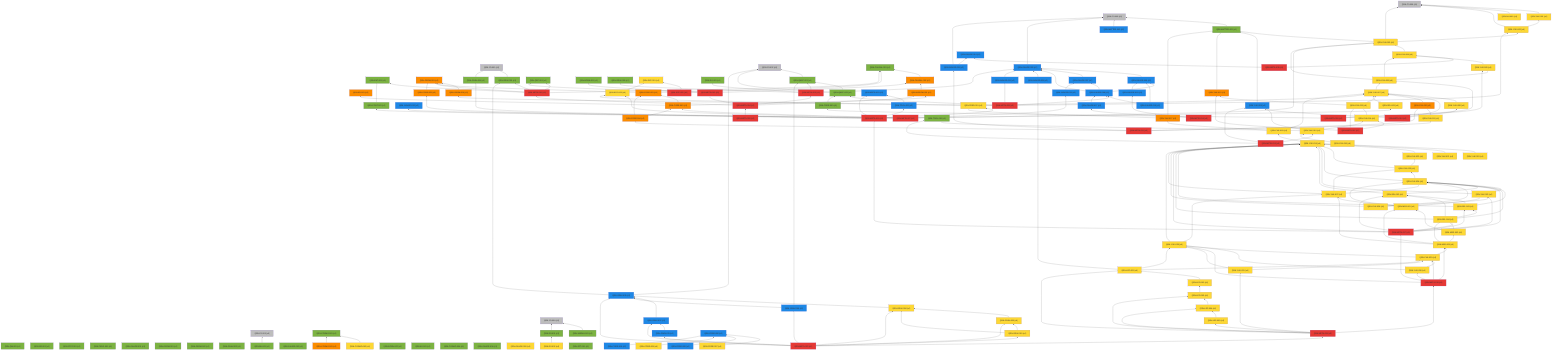
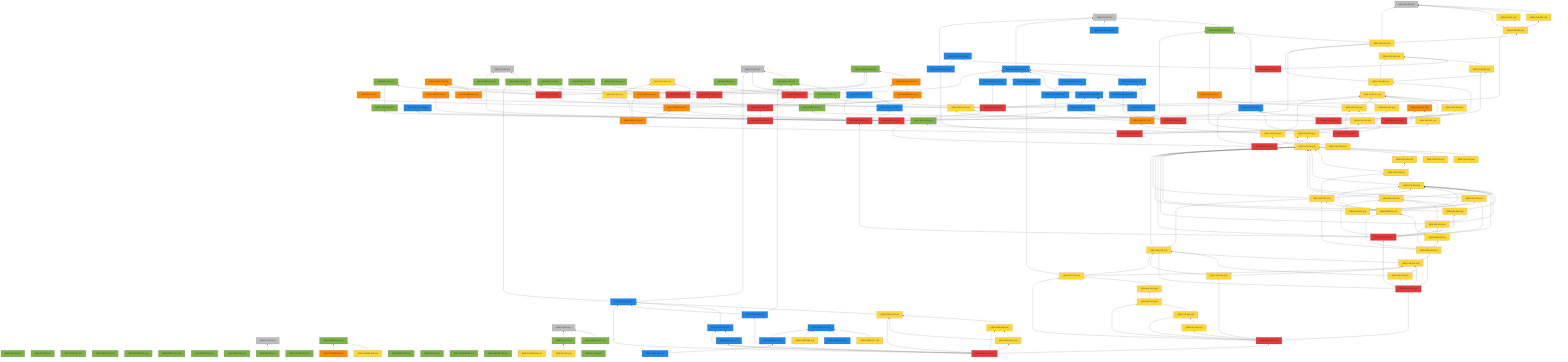
%% 自動生成 (dag/report.pl) — QRN 主張依存グラフ
graph BT
  QRN_C0_001["QRN-C0-001 (c0)"]:::c0
  QRN_C0_002["QRN-C0-002 (c0)"]:::c0
  QRN_C0_003["QRN-C0-003 (c0)"]:::c0
  QRN_C0_004["QRN-C0-004 (c0)"]:::c0
  QRN_C0_005["QRN-C0-005 (c0)"]:::c0
  QRN_C0_006["QRN-C0-006 (c0)"]:::c0
  QRN_QM_001["QRN-QM-001 (c1)"]:::c1
  QRN_GR_001["QRN-GR-001 (c1)"]:::c1
  QRN_STAT_001["QRN-STAT-001 (c1)"]:::c1
  QRN_FIELD_001["QRN-FIELD-001 (c1)"]:::c1
  QRN_GAUGE_001["QRN-GAUGE-001 (c1)"]:::c1
  QRN_ENT_001["QRN-ENT-001 (c1)"]:::c1
  QRN_GEOM_001["QRN-GEOM-001 (c1)"]:::c1
  QRN_GEOM_002["QRN-GEOM-002 (c1)"]:::c1
  QRN_GEOM_003["QRN-GEOM-003 (c3)"]:::c3
  QRN_GRAV_001["QRN-GRAV-001 (c1)"]:::c1
  QRN_GRAV_002["QRN-GRAV-002 (c1)"]:::c1
  QRN_BH_001["QRN-BH-001 (c1)"]:::c1
  QRN_CAUSAL_001["QRN-CAUSAL-001 (c1)"]:::c1
  QRN_CAUSAL_002["QRN-CAUSAL-002 (c3)"]:::c3
  QRN_ER_001["QRN-ER-001 (c3)"]:::c3
  QRN_QEC_001["QRN-QEC-001 (c1)"]:::c1
  QRN_GAUGE_002["QRN-GAUGE-002 (c1)"]:::c1
  QRN_COSMO_001["QRN-COSMO-001 (c1)"]:::c1
  QRN_COSMO_002["QRN-COSMO-002 (c4)"]:::c4
  QRN_COSMO_003["QRN-COSMO-003 (c3)"]:::c3
  QRN_BORN_001["QRN-BORN-001 (c1)"]:::c1
  QRN_BORN_002["QRN-BORN-002 (c1)"]:::c1
  QRN_GRAV_003["QRN-GRAV-003 (c1)"]:::c1
  QRN_KK_001["QRN-KK-001 (c1)"]:::c1
  QRN_MATTER_001["QRN-MATTER-001 (c1)"]:::c1
  QRN_MATTER_002["QRN-MATTER-002 (c2)"]:::c2
  QRN_COSMO_004["QRN-COSMO-004 (c1)"]:::c1
  QRN_EXP_001["QRN-EXP-001 (c4)"]:::c4
  QRN_GAUGE_003["QRN-GAUGE-003 (c2)"]:::c2
  QRN_GAUGE_004["QRN-GAUGE-004 (c1)"]:::c1
  QRN_GAUGE_005["QRN-GAUGE-005 (c4)"]:::c4
  QRN_YUK_001["QRN-YUK-001 (c4)"]:::c4
  QRN_RG_001["QRN-RG-001 (c1)"]:::c1
  QRN_UNRUH_001["QRN-UNRUH-001 (c1)"]:::c1
  QRN_QNEC_001["QRN-QNEC-001 (c1)"]:::c1
  QRN_NU_001["QRN-NU-001 (c4)"]:::c4
  QRN_GAUGE_006["QRN-GAUGE-006 (c2)"]:::c2
  QRN_DS_001["QRN-DS-001 (c1)"]:::c1
  QRN_DS_002["QRN-DS-002 (c4)"]:::c4
  QRN_ARROW_001["QRN-ARROW-001 (c3)"]:::c3
  QRN_GAUGE_007["QRN-GAUGE-007 (c2)"]:::c2
  QRN_EFT_001["QRN-EFT-001 (c1)"]:::c1
  QRN_GAUGE_008["QRN-GAUGE-008 (c2)"]:::c2
  QRN_GAUGE_009["QRN-GAUGE-009 (c2)"]:::c2
  QRN_GAUGE_010["QRN-GAUGE-010 (c2)"]:::c2
  QRN_QNEC_002["QRN-QNEC-002 (c1)"]:::c1
  QRN_GEOM_004["QRN-GEOM-004 (c3)"]:::c3
  QRN_YUK_002["QRN-YUK-002 (c4)"]:::c4
  QRN_EXP_002["QRN-EXP-002 (c5)"]:::c5
  QRN_CORE_001["QRN-CORE-001 (c3)"]:::c3
  QRN_GAUGE_011["QRN-GAUGE-011 (c2)"]:::c2
  QRN_GAUGE_012["QRN-GAUGE-012 (c2)"]:::c2
  QRN_YUK_003["QRN-YUK-003 (c4)"]:::c4
  QRN_EXP_003["QRN-EXP-003 (c4)"]:::c4
  QRN_CORE_002["QRN-CORE-002 (c3)"]:::c3
  QRN_GAUGE_013["QRN-GAUGE-013 (c2)"]:::c2
  QRN_YUK_004["QRN-YUK-004 (c4)"]:::c4
  QRN_GAUGE_014["QRN-GAUGE-014 (c2)"]:::c2
  QRN_META_001["QRN-META-001 (c5)"]:::c5
  QRN_META_002["QRN-META-002 (c5)"]:::c5
  QRN_META_003["QRN-META-003 (c5)"]:::c5
  QRN_META_004["QRN-META-004 (c5)"]:::c5
  QRN_META_005["QRN-META-005 (c5)"]:::c5
  QRN_META_006["QRN-META-006 (c5)"]:::c5
  QRN_META_007["QRN-META-007 (c5)"]:::c5
  QRN_META_008["QRN-META-008 (c5)"]:::c5
  QRN_YUK_005["QRN-YUK-005 (c4)"]:::c4
  QRN_YUK_006["QRN-YUK-006 (c4)"]:::c4
  QRN_CORE_003["QRN-CORE-003 (c1)"]:::c1
  QRN_META_009["QRN-META-009 (c5)"]:::c5
  QRN_YUK_007["QRN-YUK-007 (c4)"]:::c4
  QRN_YUK_008["QRN-YUK-008 (c4)"]:::c4
  QRN_YUK_009["QRN-YUK-009 (c2)"]:::c2
  QRN_META_010["QRN-META-010 (c5)"]:::c5
  QRN_GAUGE_015["QRN-GAUGE-015 (c2)"]:::c2
  QRN_YUK_010["QRN-YUK-010 (c3)"]:::c3
  QRN_YUK_011["QRN-YUK-011 (c4)"]:::c4
  QRN_CORE_004["QRN-CORE-004 (c3)"]:::c3
  QRN_META_011["QRN-META-011 (c5)"]:::c5
  QRN_YUK_012["QRN-YUK-012 (c3)"]:::c3
  QRN_YUK_013["QRN-YUK-013 (c4)"]:::c4
  QRN_YUK_014["QRN-YUK-014 (c4)"]:::c4
  QRN_META_012["QRN-META-012 (c5)"]:::c5
  QRN_TOOL_001["QRN-TOOL-001 (c1)"]:::c1
  QRN_YUK_015["QRN-YUK-015 (c4)"]:::c4
  QRN_META_013["QRN-META-013 (c5)"]:::c5
  QRN_GAUGE_016["QRN-GAUGE-016 (c2)"]:::c2
  QRN_GAUGE_017["QRN-GAUGE-017 (c2)"]:::c2
  QRN_META_014["QRN-META-014 (c5)"]:::c5
  QRN_META_015["QRN-META-015 (c2)"]:::c2
  QRN_TOOL_002["QRN-TOOL-002 (c2)"]:::c2
  QRN_CORE_005["QRN-CORE-005 (c3)"]:::c3
  QRN_CONT_001["QRN-CONT-001 (c1)"]:::c1
  QRN_SEL_001["QRN-SEL-001 (c4)"]:::c4
  QRN_GRAV_004["QRN-GRAV-004 (c1)"]:::c1
  QRN_PRED_001["QRN-PRED-001 (c4)"]:::c4
  QRN_META_016["QRN-META-016 (c5)"]:::c5
  QRN_YUK_016["QRN-YUK-016 (c4)"]:::c4
  QRN_YUK_017["QRN-YUK-017 (c3)"]:::c3
  QRN_YUK_018["QRN-YUK-018 (c4)"]:::c4
  QRN_YUK_019["QRN-YUK-019 (c4)"]:::c4
  QRN_YUK_020["QRN-YUK-020 (c4)"]:::c4
  QRN_YUK_021["QRN-YUK-021 (c4)"]:::c4
  QRN_YUK_022["QRN-YUK-022 (c4)"]:::c4
  QRN_YUK_023["QRN-YUK-023 (c4)"]:::c4
  QRN_YUK_024["QRN-YUK-024 (c4)"]:::c4
  QRN_YUK_025["QRN-YUK-025 (c4)"]:::c4
  QRN_SEL_002["QRN-SEL-002 (c4)"]:::c4
  QRN_SEL_003["QRN-SEL-003 (c4)"]:::c4
  QRN_SEL_004["QRN-SEL-004 (c4)"]:::c4
  QRN_META_017["QRN-META-017 (c5)"]:::c5
  QRN_YUK_026["QRN-YUK-026 (c4)"]:::c4
  QRN_YUK_027["QRN-YUK-027 (c4)"]:::c4
  QRN_MSR_001["QRN-MSR-001 (c4)"]:::c4
  QRN_MSR_002["QRN-MSR-002 (c4)"]:::c4
  QRN_MSR_003["QRN-MSR-003 (c4)"]:::c4
  QRN_YUK_028["QRN-YUK-028 (c4)"]:::c4
  QRN_YUK_029["QRN-YUK-029 (c4)"]:::c4
  QRN_YUK_030["QRN-YUK-030 (c4)"]:::c4
  QRN_META_018["QRN-META-018 (c5)"]:::c5
  QRN_YUK_031["QRN-YUK-031 (c4)"]:::c4
  QRN_LEP_001["QRN-LEP-001 (c4)"]:::c4
  QRN_LEP_002["QRN-LEP-002 (c4)"]:::c4
  QRN_LEP_003["QRN-LEP-003 (c4)"]:::c4
  QRN_LEP_004["QRN-LEP-004 (c4)"]:::c4
  QRN_LEP_005["QRN-LEP-005 (c4)"]:::c4
  QRN_META_019["QRN-META-019 (c5)"]:::c5
  QRN_GRAV_005["QRN-GRAV-005 (c2)"]:::c2
  QRN_GRAV_006["QRN-GRAV-006 (c4)"]:::c4
  QRN_GRAV_007["QRN-GRAV-007 (c2)"]:::c2
  QRN_GRAV_008["QRN-GRAV-008 (c4)"]:::c4
  QRN_GRAV_009["QRN-GRAV-009 (c2)"]:::c2
  QRN_GRAV_010["QRN-GRAV-010 (c4)"]:::c4
  QRN_GRAV_011["QRN-GRAV-011 (c2)"]:::c2
  QRN_META_020["QRN-META-020 (c5)"]:::c5
  QRN_CORE_006["QRN-CORE-006 (c2)"]:::c2
  QRN_CORE_007["QRN-CORE-007 (c4)"]:::c4
  QRN_CORE_008["QRN-CORE-008 (c2)"]:::c2
  QRN_CORE_009["QRN-CORE-009 (c4)"]:::c4
  QRN_CORE_010["QRN-CORE-010 (c2)"]:::c2
+   QRN_CORE_011["QRN-CORE-011 (c2)"]:::c2
  QRN_GRAV_001 --> QRN_C0_001
  QRN_BH_001 --> QRN_C0_003
  QRN_CAUSAL_002 --> QRN_CAUSAL_001
  QRN_COSMO_002 --> QRN_COSMO_001
  QRN_COSMO_003 --> QRN_COSMO_001
  QRN_MATTER_001 --> QRN_C0_005
  QRN_MATTER_002 --> QRN_C0_005
  QRN_GAUGE_003 --> QRN_C0_005
  QRN_YUK_001 --> QRN_C0_006
  QRN_UNRUH_001 --> QRN_C0_004
  QRN_QNEC_001 --> QRN_C0_002
  QRN_NU_001 --> QRN_C0_006
  QRN_GAUGE_006 --> QRN_GAUGE_003
  QRN_DS_001 --> QRN_C0_004
  QRN_DS_002 --> QRN_DS_001
  QRN_ARROW_001 --> QRN_CAUSAL_002
  QRN_GAUGE_007 --> QRN_GAUGE_003
  QRN_GAUGE_008 --> QRN_GAUGE_003
  QRN_GAUGE_008 --> QRN_GAUGE_006
  QRN_GAUGE_008 --> QRN_GAUGE_007
  QRN_GAUGE_009 --> QRN_GAUGE_003
  QRN_GAUGE_010 --> QRN_GAUGE_006
  QRN_GAUGE_010 --> QRN_GAUGE_008
  QRN_QNEC_002 --> QRN_C0_002
  QRN_QNEC_002 --> QRN_QNEC_001
  QRN_GEOM_004 --> QRN_GEOM_003
  QRN_YUK_002 --> QRN_C0_006
  QRN_YUK_002 --> QRN_YUK_001
  QRN_EXP_002 --> QRN_EXP_001
  QRN_CORE_001 --> QRN_GEOM_003
  QRN_CORE_001 --> QRN_CAUSAL_001
  QRN_GAUGE_011 --> QRN_GAUGE_003
  QRN_YUK_003 --> QRN_C0_006
  QRN_YUK_003 --> QRN_MATTER_001
  QRN_YUK_003 --> QRN_YUK_002
  QRN_EXP_003 --> QRN_EXP_001
  QRN_CORE_002 --> QRN_CORE_001
  QRN_CORE_002 --> QRN_ER_001
  QRN_CORE_002 --> QRN_ARROW_001
  QRN_GAUGE_013 --> QRN_GAUGE_007
  QRN_YUK_004 --> QRN_YUK_003
  QRN_META_001 --> QRN_GEOM_003
  QRN_META_001 --> QRN_GRAV_001
  QRN_META_001 --> QRN_CAUSAL_001
  QRN_META_001 --> QRN_QEC_001
  QRN_META_001 --> QRN_ENT_001
  QRN_META_002 --> QRN_QEC_001
  QRN_META_002 --> QRN_BORN_001
  QRN_META_002 --> QRN_CAUSAL_002
  QRN_META_003 --> QRN_GAUGE_003
  QRN_META_003 --> QRN_RG_001
  QRN_META_003 --> QRN_QNEC_001
  QRN_META_003 --> QRN_GRAV_003
  QRN_META_004 --> QRN_META_001
  QRN_META_004 --> QRN_META_002
  QRN_META_004 --> QRN_META_003
  QRN_META_004 --> QRN_ARROW_001
  QRN_META_005 --> QRN_META_004
  QRN_META_006 --> QRN_GAUGE_008
  QRN_META_006 --> QRN_QNEC_002
  QRN_META_006 --> QRN_GEOM_004
  QRN_META_006 --> QRN_YUK_002
  QRN_META_006 --> QRN_GAUGE_011
  QRN_META_007 --> QRN_GAUGE_012
  QRN_META_007 --> QRN_YUK_003
  QRN_META_007 --> QRN_EXP_003
  QRN_META_007 --> QRN_CORE_002
  QRN_META_007 --> QRN_GAUGE_013
  QRN_META_008 --> QRN_YUK_004
  QRN_META_008 --> QRN_GAUGE_014
  QRN_YUK_005 --> QRN_YUK_004
  QRN_YUK_006 --> QRN_YUK_003
  QRN_YUK_006 --> QRN_YUK_004
  QRN_YUK_006 --> QRN_YUK_005
  QRN_CORE_003 --> QRN_QNEC_002
  QRN_META_009 --> QRN_YUK_005
  QRN_META_009 --> QRN_YUK_006
  QRN_META_009 --> QRN_CORE_003
  QRN_YUK_007 --> QRN_YUK_006
  QRN_YUK_008 --> QRN_YUK_007
  QRN_YUK_009 --> QRN_MATTER_001
  QRN_META_010 --> QRN_YUK_007
  QRN_META_010 --> QRN_YUK_008
  QRN_META_010 --> QRN_YUK_009
  QRN_GAUGE_015 --> QRN_C0_005
  QRN_GAUGE_015 --> QRN_GAUGE_014
  QRN_YUK_010 --> QRN_YUK_007
  QRN_YUK_011 --> QRN_YUK_010
  QRN_CORE_004 --> QRN_CORE_001
  QRN_CORE_004 --> QRN_CORE_002
  QRN_META_011 --> QRN_GAUGE_015
  QRN_META_011 --> QRN_YUK_010
  QRN_META_011 --> QRN_YUK_011
  QRN_META_011 --> QRN_CORE_004
  QRN_YUK_012 --> QRN_MATTER_001
  QRN_YUK_013 --> QRN_YUK_012
  QRN_YUK_013 --> QRN_YUK_007
  QRN_YUK_014 --> QRN_YUK_013
  QRN_META_012 --> QRN_YUK_012
  QRN_META_012 --> QRN_YUK_013
  QRN_META_012 --> QRN_YUK_014
  QRN_YUK_015 --> QRN_YUK_014
  QRN_YUK_015 --> QRN_TOOL_001
  QRN_YUK_015 --> QRN_YUK_009
  QRN_META_013 --> QRN_YUK_015
  QRN_META_013 --> QRN_TOOL_001
  QRN_META_013 --> QRN_YUK_009
  QRN_GAUGE_016 --> QRN_GAUGE_006
  QRN_GAUGE_017 --> QRN_GAUGE_008
  QRN_META_014 --> QRN_GAUGE_016
  QRN_META_014 --> QRN_GAUGE_017
  QRN_TOOL_002 --> QRN_META_015
  QRN_CORE_005 --> QRN_GEOM_003
  QRN_CONT_001 --> QRN_ENT_001
  QRN_SEL_001 --> QRN_YUK_007
  QRN_GRAV_004 --> QRN_C0_001
  QRN_PRED_001 --> QRN_YUK_007
  QRN_PRED_001 --> QRN_EXP_003
  QRN_META_016 --> QRN_META_015
  QRN_META_016 --> QRN_TOOL_002
  QRN_META_016 --> QRN_CORE_005
  QRN_META_016 --> QRN_CONT_001
  QRN_META_016 --> QRN_SEL_001
  QRN_META_016 --> QRN_GRAV_004
  QRN_META_016 --> QRN_PRED_001
  QRN_YUK_016 --> QRN_YUK_015
  QRN_YUK_017 --> QRN_MATTER_001
  QRN_YUK_017 --> QRN_PRED_001
  QRN_YUK_018 --> QRN_YUK_017
  QRN_YUK_018 --> QRN_YUK_007
  QRN_YUK_019 --> QRN_YUK_018
  QRN_YUK_020 --> QRN_YUK_019
  QRN_YUK_021 --> QRN_YUK_019
  QRN_YUK_022 --> QRN_YUK_019
  QRN_YUK_023 --> QRN_YUK_019
  QRN_YUK_023 --> QRN_YUK_022
  QRN_YUK_024 --> QRN_YUK_019
  QRN_YUK_024 --> QRN_YUK_023
  QRN_YUK_025 --> QRN_YUK_019
  QRN_YUK_025 --> QRN_YUK_024
  QRN_SEL_002 --> QRN_YUK_019
  QRN_SEL_002 --> QRN_YUK_024
  QRN_SEL_003 --> QRN_YUK_019
  QRN_SEL_003 --> QRN_YUK_024
  QRN_SEL_003 --> QRN_SEL_002
  QRN_SEL_004 --> QRN_YUK_019
  QRN_SEL_004 --> QRN_YUK_024
  QRN_SEL_004 --> QRN_SEL_002
  QRN_SEL_004 --> QRN_SEL_003
  QRN_META_017 --> QRN_META_016
  QRN_META_017 --> QRN_YUK_019
  QRN_META_017 --> QRN_YUK_024
  QRN_META_017 --> QRN_YUK_025
  QRN_META_017 --> QRN_SEL_002
  QRN_META_017 --> QRN_SEL_003
  QRN_META_017 --> QRN_SEL_004
  QRN_YUK_026 --> QRN_YUK_019
  QRN_YUK_026 --> QRN_YUK_024
  QRN_YUK_026 --> QRN_YUK_025
  QRN_YUK_027 --> QRN_YUK_019
  QRN_YUK_027 --> QRN_YUK_023
  QRN_YUK_027 --> QRN_YUK_024
  QRN_MSR_001 --> QRN_YUK_024
  QRN_MSR_001 --> QRN_YUK_025
  QRN_MSR_001 --> QRN_YUK_027
  QRN_MSR_002 --> QRN_SEL_004
  QRN_MSR_002 --> QRN_MSR_001
  QRN_MSR_003 --> QRN_MSR_001
  QRN_MSR_003 --> QRN_MSR_002
  QRN_MSR_003 --> QRN_SEL_004
  QRN_MSR_003 --> QRN_YUK_027
  QRN_YUK_028 --> QRN_YUK_019
  QRN_YUK_028 --> QRN_YUK_027
  QRN_YUK_029 --> QRN_YUK_028
  QRN_YUK_029 --> QRN_MSR_003
  QRN_YUK_030 --> QRN_YUK_028
  QRN_YUK_030 --> QRN_YUK_029
  QRN_META_018 --> QRN_META_017
  QRN_META_018 --> QRN_MSR_003
  QRN_META_018 --> QRN_YUK_028
  QRN_META_018 --> QRN_YUK_029
  QRN_META_018 --> QRN_YUK_030
  QRN_YUK_031 --> QRN_YUK_028
  QRN_YUK_031 --> QRN_YUK_029
  QRN_LEP_001 --> QRN_YUK_028
  QRN_LEP_001 --> QRN_YUK_029
  QRN_LEP_001 --> QRN_GAUGE_009
  QRN_LEP_002 --> QRN_LEP_001
  QRN_LEP_003 --> QRN_LEP_002
  QRN_LEP_004 --> QRN_LEP_003
  QRN_LEP_005 --> QRN_LEP_004
  QRN_META_019 --> QRN_META_018
  QRN_META_019 --> QRN_YUK_031
  QRN_META_019 --> QRN_LEP_001
  QRN_META_019 --> QRN_LEP_003
  QRN_META_019 --> QRN_LEP_004
  QRN_META_019 --> QRN_LEP_005
  QRN_GRAV_005 --> QRN_C0_002
  QRN_GRAV_005 --> QRN_GRAV_001
  QRN_GRAV_006 --> QRN_GRAV_005
  QRN_GRAV_007 --> QRN_GRAV_005
  QRN_GRAV_008 --> QRN_GRAV_006
  QRN_GRAV_009 --> QRN_GRAV_005
  QRN_GRAV_009 --> QRN_QNEC_001
  QRN_GRAV_010 --> QRN_GRAV_006
  QRN_GRAV_010 --> QRN_GRAV_008
  QRN_GRAV_011 --> QRN_GRAV_007
  QRN_META_020 --> QRN_META_019
  QRN_META_020 --> QRN_GRAV_005
  QRN_META_020 --> QRN_GRAV_006
  QRN_META_020 --> QRN_GRAV_007
  QRN_META_020 --> QRN_GRAV_008
  QRN_META_020 --> QRN_GRAV_009
  QRN_META_020 --> QRN_GRAV_010
  QRN_META_020 --> QRN_GRAV_011
  QRN_CORE_007 --> QRN_CORE_006
  QRN_CORE_008 --> QRN_CORE_006
  QRN_CORE_009 --> QRN_CORE_006
  QRN_CORE_010 --> QRN_CORE_006
+   QRN_CORE_011 --> QRN_CORE_010
  classDef c0 fill:#bdbdbd
  classDef c1 fill:#7cb342
  classDef c2 fill:#1e88e5
  classDef c3 fill:#fb8c00
  classDef c4 fill:#fdd835
  classDef c5 fill:#e53935
